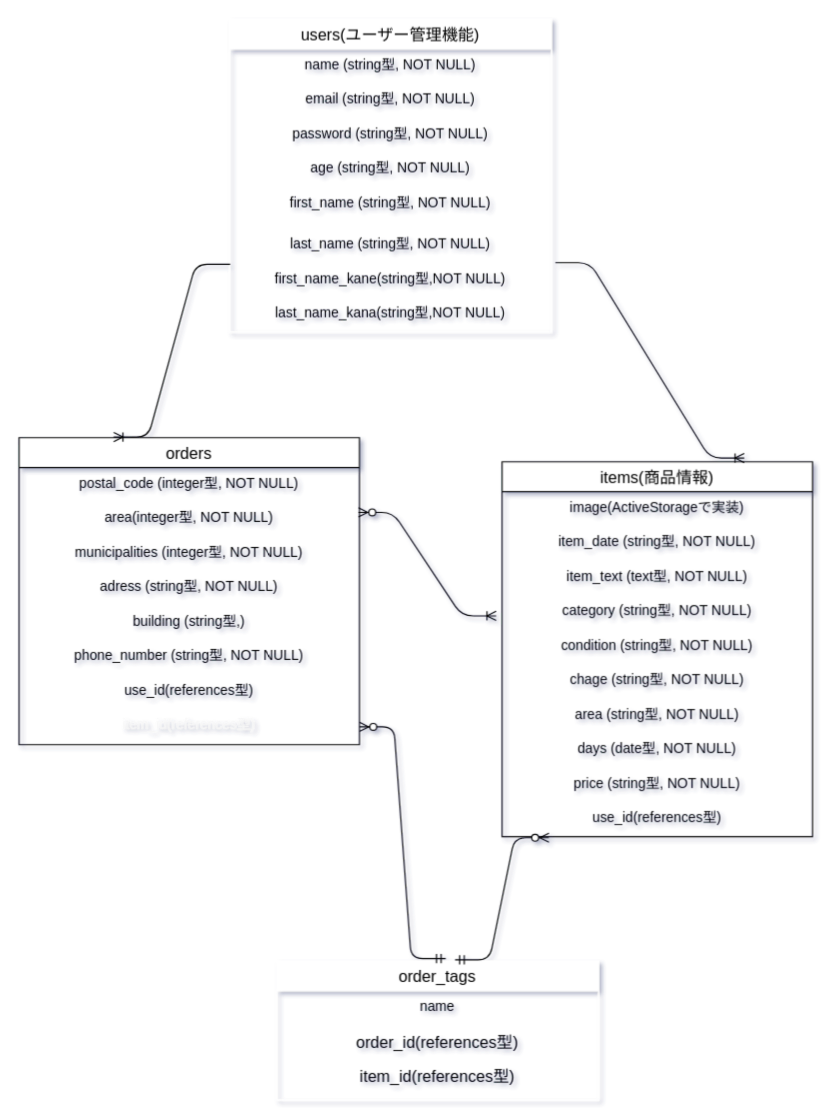
Above: ER .dio in same-jima/furima-36128 (draw.io), before the change. Source tidied: cells renumbered, new cells numbered last; positions are measured from the earlier drawing's top-left corner, leaving out a move shared by most shapes. Both pictures are drawn from the tidied source at 115%, with x=0, y=0 at pixel (18, 18).
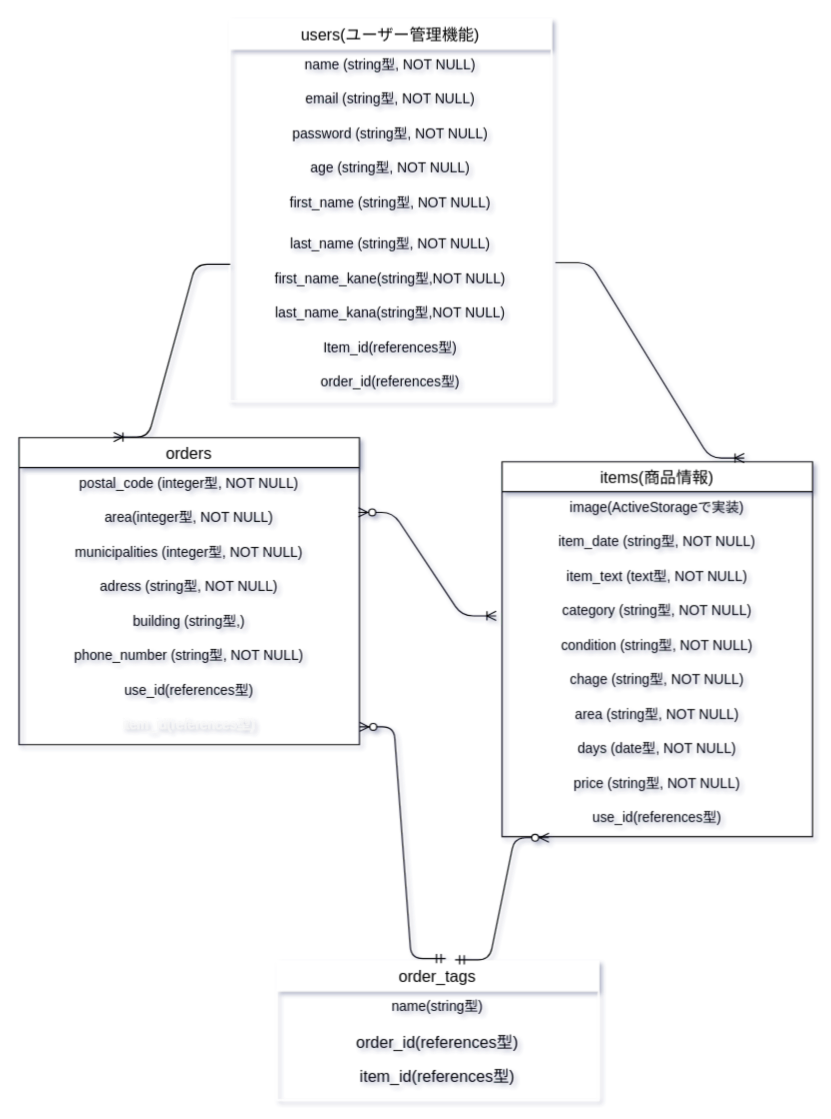
The same page after the edit.

Unchanged cells that the change refers to:
```xml
<mxCell id="34" value="order_tags" style="swimlane;fontStyle=0;horizontal=1;startSize=26;align=center;fontSize=14;strokeColor=#FFFFFF;" parent="1" vertex="1">
  <mxGeometry x="224" y="819" width="280" height="121" as="geometry" />
</mxCell>
```

Diff of the diagram source:
```diff
@@
     <mxCell id="2" value="users(ユーザー管理機能)" style="swimlane;fontStyle=0;horizontal=1;startSize=26;align=center;fontSize=14;strokeColor=#FFFFFF;" parent="1" vertex="1">
-      <mxGeometry x="183" width="280" height="272" as="geometry" />
+      <mxGeometry x="183" width="280" height="332" as="geometry" />
     </mxCell>
@@
+    <mxCell id="40" value="Item_id(references型)" style="text;strokeColor=none;fillColor=none;spacingLeft=4;spacingRight=4;overflow=hidden;fontSize=12;align=center;" parent="2" vertex="1">
+      <mxGeometry y="272" width="280" height="30" as="geometry" />
+    </mxCell>
+    <mxCell id="41" value="order_id(references型)" style="text;strokeColor=none;fillColor=none;spacingLeft=4;spacingRight=4;overflow=hidden;fontSize=12;align=center;" parent="2" vertex="1">
+      <mxGeometry y="302" width="280" height="30" as="geometry" />
+    </mxCell>
@@
-    <mxCell id="35" value="name" style="text;strokeColor=none;fillColor=none;spacingLeft=4;spacingRight=4;overflow=hidden;fontSize=12;align=center;" parent="34" vertex="1">
+    <mxCell id="35" value="name(string型)" style="text;strokeColor=none;fillColor=none;spacingLeft=4;spacingRight=4;overflow=hidden;fontSize=12;align=center;" parent="34" vertex="1">
       <mxGeometry y="26" width="280" height="30" as="geometry" />
     </mxCell>
```
